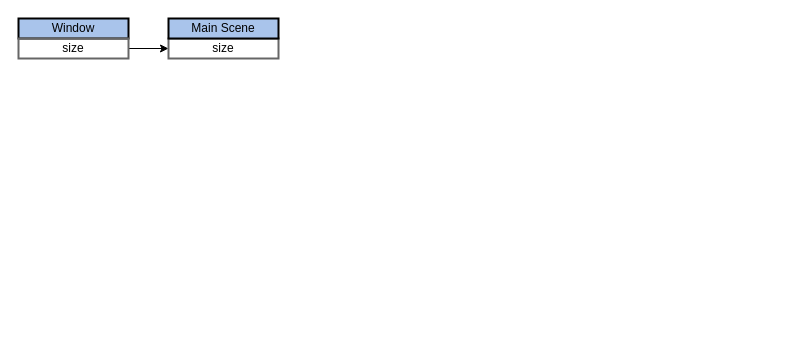
Before: makie layout updates.drawio in jkrumbiegel/MakieLayout.jl, a draw.io diagram. Source tidied: cells renumbered, new cells numbered last; positions are measured from the earlier drawing's top-left corner, leaving out a move shared by most shapes. Both pictures are drawn from the tidied source at 100%, with x=0, y=0 at pixel (18, 18).
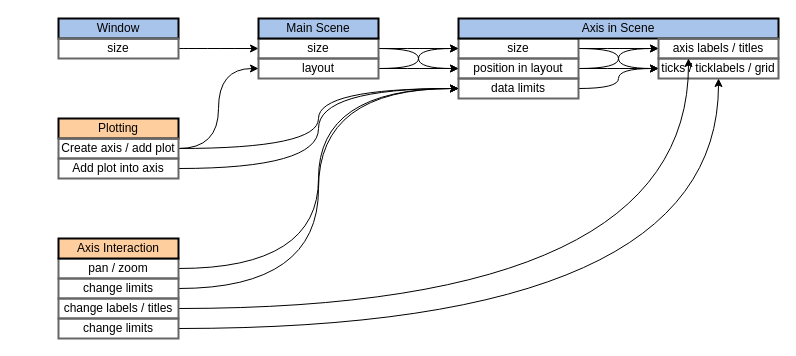
Above is the later version.

The edit, as a diff of the source:
```diff
@@
     <mxCell id="2" value="Window" style="text;html=1;strokeColor=#000000;fillColor=#A9C4EB;align=center;verticalAlign=middle;whiteSpace=wrap;rounded=0;strokeWidth=2;" parent="1" vertex="1">
-      <mxGeometry width="110" height="20" as="geometry" />
+      <mxGeometry x="40" width="120" height="20" as="geometry" />
     </mxCell>
-    <mxCell id="3" style="edgeStyle=orthogonalEdgeStyle;rounded=0;jettySize=auto;html=1;exitX=1;exitY=0.5;exitDx=0;exitDy=0;entryX=0;entryY=0.5;entryDx=0;entryDy=0;" parent="1" edge="1" source="4" target="5">
+    <mxCell id="3" style="edgeStyle=orthogonalEdgeStyle;rounded=0;jettySize=auto;html=1;exitX=1;exitY=0.5;exitDx=0;exitDy=0;entryX=0;entryY=0.5;entryDx=0;entryDy=0;curved=1;" parent="1" edge="1" source="4" target="5">
       <mxGeometry relative="1" as="geometry" />
     </mxCell>
     <mxCell id="4" value="size" style="text;html=1;strokeColor=#666666;fillColor=none;align=center;verticalAlign=middle;whiteSpace=wrap;rounded=0;strokeWidth=2;" parent="1" vertex="1">
-      <mxGeometry y="20" width="110" height="20" as="geometry" />
+      <mxGeometry x="40" y="20" width="120" height="20" as="geometry" />
     </mxCell>
+    <mxCell id="7" style="edgeStyle=orthogonalEdgeStyle;rounded=0;jettySize=auto;html=1;exitX=1;exitY=0.5;exitDx=0;exitDy=0;entryX=0;entryY=0.5;entryDx=0;entryDy=0;curved=1;" parent="1" edge="1" source="5" target="11">
+      <mxGeometry relative="1" as="geometry" />
+    </mxCell>
+    <mxCell id="8" style="edgeStyle=orthogonalEdgeStyle;rounded=0;jettySize=auto;html=1;exitX=1;exitY=0.5;exitDx=0;exitDy=0;entryX=0;entryY=0.5;entryDx=0;entryDy=0;curved=1;" parent="1" edge="1" source="5" target="17">
+      <mxGeometry relative="1" as="geometry" />
+    </mxCell>
     <mxCell id="5" value="size" style="text;html=1;strokeColor=#666666;fillColor=none;align=center;verticalAlign=middle;whiteSpace=wrap;rounded=0;strokeWidth=2;" parent="1" vertex="1">
-      <mxGeometry x="150" y="20" width="110" height="20" as="geometry" />
+      <mxGeometry x="240" y="20" width="120" height="20" as="geometry" />
     </mxCell>
     <mxCell id="6" value="Main Scene" style="text;html=1;strokeColor=#000000;fillColor=#A9C4EB;align=center;verticalAlign=middle;whiteSpace=wrap;rounded=0;strokeWidth=2;" parent="1" vertex="1">
-      <mxGeometry x="150" width="110" height="20" as="geometry" />
+      <mxGeometry x="240" width="120" height="20" as="geometry" />
     </mxCell>
+    <mxCell id="9" style="edgeStyle=orthogonalEdgeStyle;curved=1;jettySize=auto;html=1;exitX=1;exitY=0.5;exitDx=0;exitDy=0;entryX=0;entryY=0.5;entryDx=0;entryDy=0;" parent="1" edge="1" source="11" target="27">
+      <mxGeometry relative="1" as="geometry" />
+    </mxCell>
+    <mxCell id="10" style="edgeStyle=orthogonalEdgeStyle;curved=1;jettySize=auto;html=1;exitX=1;exitY=0.5;exitDx=0;exitDy=0;entryX=0;entryY=0.5;entryDx=0;entryDy=0;" parent="1" edge="1" source="11" target="33">
+      <mxGeometry relative="1" as="geometry" />
+    </mxCell>
+    <mxCell id="11" value="size" style="text;html=1;strokeColor=#666666;fillColor=none;align=center;verticalAlign=middle;whiteSpace=wrap;rounded=0;strokeWidth=2;" parent="1" vertex="1">
+      <mxGeometry x="440" y="20" width="120" height="20" as="geometry" />
+    </mxCell>
+    <mxCell id="12" value="Axis in Scene" style="text;html=1;strokeColor=#000000;fillColor=#A9C4EB;align=center;verticalAlign=middle;whiteSpace=wrap;rounded=0;strokeWidth=2;" parent="1" vertex="1">
+      <mxGeometry x="440" width="320" height="20" as="geometry" />
+    </mxCell>
+    <mxCell id="13" style="edgeStyle=orthogonalEdgeStyle;curved=1;rounded=0;jettySize=auto;html=1;exitX=1;exitY=0.5;exitDx=0;exitDy=0;entryX=0;entryY=0.5;entryDx=0;entryDy=0;" parent="1" edge="1" source="14" target="27">
+      <mxGeometry relative="1" as="geometry" />
+    </mxCell>
+    <mxCell id="14" value="data limits" style="text;html=1;strokeColor=#666666;fillColor=none;align=center;verticalAlign=middle;whiteSpace=wrap;rounded=0;strokeWidth=2;" parent="1" vertex="1">
+      <mxGeometry x="440" y="60" width="120" height="20" as="geometry" />
+    </mxCell>
+    <mxCell id="15" style="edgeStyle=orthogonalEdgeStyle;curved=1;jettySize=auto;html=1;exitX=1;exitY=0.5;exitDx=0;exitDy=0;entryX=0;entryY=0.5;entryDx=0;entryDy=0;" parent="1" edge="1" source="17" target="27">
+      <mxGeometry relative="1" as="geometry" />
+    </mxCell>
+    <mxCell id="16" style="edgeStyle=orthogonalEdgeStyle;jettySize=auto;html=1;exitX=1;exitY=0.5;exitDx=0;exitDy=0;entryX=0;entryY=0.5;entryDx=0;entryDy=0;curved=1;" parent="1" edge="1" source="17" target="33">
+      <mxGeometry relative="1" as="geometry" />
+    </mxCell>
+    <mxCell id="17" value="position in layout" style="text;html=1;strokeColor=#666666;fillColor=none;align=center;verticalAlign=middle;whiteSpace=wrap;rounded=0;strokeWidth=2;" parent="1" vertex="1">
+      <mxGeometry x="440" y="40" width="120" height="20" as="geometry" />
+    </mxCell>
+    <mxCell id="18" style="edgeStyle=orthogonalEdgeStyle;rounded=0;jettySize=auto;html=1;exitX=1;exitY=0.5;exitDx=0;exitDy=0;entryX=0;entryY=0.5;entryDx=0;entryDy=0;curved=1;" parent="1" edge="1" source="20" target="17">
+      <mxGeometry relative="1" as="geometry" />
+    </mxCell>
+    <mxCell id="19" style="edgeStyle=orthogonalEdgeStyle;curved=1;jettySize=auto;html=1;exitX=1;exitY=0.5;exitDx=0;exitDy=0;entryX=0;entryY=0.5;entryDx=0;entryDy=0;" parent="1" edge="1" source="20" target="11">
+      <mxGeometry relative="1" as="geometry" />
+    </mxCell>
+    <mxCell id="20" value="layout" style="text;html=1;strokeColor=#666666;fillColor=none;align=center;verticalAlign=middle;whiteSpace=wrap;rounded=0;strokeWidth=2;" parent="1" vertex="1">
+      <mxGeometry x="240" y="40" width="120" height="20" as="geometry" />
+    </mxCell>
+    <mxCell id="21" style="edgeStyle=orthogonalEdgeStyle;curved=1;rounded=0;jettySize=auto;html=1;exitX=1;exitY=0.5;exitDx=0;exitDy=0;entryX=0;entryY=0.5;entryDx=0;entryDy=0;" parent="1" edge="1" source="22" target="14">
+      <mxGeometry relative="1" as="geometry" />
+    </mxCell>
+    <mxCell id="22" value="pan / zoom" style="text;html=1;strokeColor=#666666;fillColor=none;align=center;verticalAlign=middle;whiteSpace=wrap;rounded=0;strokeWidth=2;" parent="1" vertex="1">
+      <mxGeometry x="40" y="240" width="120" height="20" as="geometry" />
+    </mxCell>
+    <mxCell id="23" value="Axis Interaction" style="text;html=1;strokeColor=#000000;fillColor=#FFCE9F;align=center;verticalAlign=middle;whiteSpace=wrap;rounded=0;strokeWidth=2;" parent="1" vertex="1">
+      <mxGeometry x="40" y="220" width="120" height="20" as="geometry" />
+    </mxCell>
+    <mxCell id="24" style="edgeStyle=orthogonalEdgeStyle;curved=1;rounded=0;jettySize=auto;html=1;exitX=1;exitY=0.5;exitDx=0;exitDy=0;entryX=0;entryY=0.5;entryDx=0;entryDy=0;" parent="1" edge="1" source="25" target="14">
+      <mxGeometry relative="1" as="geometry" />
+    </mxCell>
+    <mxCell id="25" value="Add plot into axis" style="text;html=1;strokeColor=#666666;fillColor=none;align=center;verticalAlign=middle;whiteSpace=wrap;rounded=0;strokeWidth=2;" parent="1" vertex="1">
+      <mxGeometry x="40" y="140" width="120" height="20" as="geometry" />
+    </mxCell>
+    <mxCell id="26" value="Plotting" style="text;html=1;strokeColor=#000000;fillColor=#FFCE9F;align=center;verticalAlign=middle;whiteSpace=wrap;rounded=0;strokeWidth=2;" parent="1" vertex="1">
+      <mxGeometry x="40" y="100" width="120" height="20" as="geometry" />
+    </mxCell>
+    <mxCell id="27" value="ticks / ticklabels / grid" style="text;html=1;strokeColor=#666666;fillColor=none;align=center;verticalAlign=middle;whiteSpace=wrap;rounded=0;strokeWidth=2;" parent="1" vertex="1">
+      <mxGeometry x="640" y="40" width="120" height="20" as="geometry" />
+    </mxCell>
+    <mxCell id="28" style="edgeStyle=orthogonalEdgeStyle;jettySize=auto;html=1;exitX=1;exitY=0.5;exitDx=0;exitDy=0;entryX=0;entryY=0.5;entryDx=0;entryDy=0;curved=1;" parent="1" edge="1" source="29" target="14">
+      <mxGeometry relative="1" as="geometry" />
+    </mxCell>
+    <mxCell id="29" value="change limits" style="text;html=1;strokeColor=#666666;fillColor=none;align=center;verticalAlign=middle;whiteSpace=wrap;rounded=0;strokeWidth=2;" parent="1" vertex="1">
+      <mxGeometry x="40" y="260" width="120" height="20" as="geometry" />
+    </mxCell>
+    <mxCell id="30" style="edgeStyle=orthogonalEdgeStyle;curved=1;jettySize=auto;html=1;exitX=1;exitY=0.5;exitDx=0;exitDy=0;entryX=0;entryY=0.5;entryDx=0;entryDy=0;" parent="1" edge="1" source="32" target="20">
+      <mxGeometry relative="1" as="geometry" />
+    </mxCell>
+    <mxCell id="31" style="edgeStyle=orthogonalEdgeStyle;curved=1;jettySize=auto;html=1;exitX=1;exitY=0.5;exitDx=0;exitDy=0;entryX=0;entryY=0.5;entryDx=0;entryDy=0;" parent="1" edge="1" source="32" target="14">
+      <mxGeometry relative="1" as="geometry" />
+    </mxCell>
+    <mxCell id="32" value="Create axis / add plot" style="text;html=1;strokeColor=#666666;fillColor=none;align=center;verticalAlign=middle;whiteSpace=wrap;rounded=0;strokeWidth=2;" parent="1" vertex="1">
+      <mxGeometry x="40" y="120" width="120" height="20" as="geometry" />
+    </mxCell>
+    <mxCell id="33" value="axis labels / titles" style="text;html=1;strokeColor=#666666;fillColor=none;align=center;verticalAlign=middle;whiteSpace=wrap;rounded=0;strokeWidth=2;" parent="1" vertex="1">
+      <mxGeometry x="640" y="20" width="120" height="20" as="geometry" />
+    </mxCell>
+    <mxCell id="34" style="edgeStyle=orthogonalEdgeStyle;curved=1;jettySize=auto;html=1;exitX=1;exitY=0.5;exitDx=0;exitDy=0;entryX=0.25;entryY=1;entryDx=0;entryDy=0;" parent="1" edge="1" source="35" target="33">
+      <mxGeometry relative="1" as="geometry" />
+    </mxCell>
+    <mxCell id="35" value="change labels / titles" style="text;html=1;strokeColor=#666666;fillColor=none;align=center;verticalAlign=middle;whiteSpace=wrap;rounded=0;strokeWidth=2;" parent="1" vertex="1">
+      <mxGeometry x="40" y="280" width="120" height="20" as="geometry" />
+    </mxCell>
+    <mxCell id="36" style="edgeStyle=orthogonalEdgeStyle;curved=1;jettySize=auto;html=1;exitX=1;exitY=0.5;exitDx=0;exitDy=0;" parent="1" edge="1" source="37" target="27">
+      <mxGeometry relative="1" as="geometry" />
+    </mxCell>
+    <mxCell id="37" value="change limits" style="text;html=1;strokeColor=#666666;fillColor=none;align=center;verticalAlign=middle;whiteSpace=wrap;rounded=0;strokeWidth=2;" parent="1" vertex="1">
+      <mxGeometry x="40" y="300" width="120" height="20" as="geometry" />
+    </mxCell>
```
